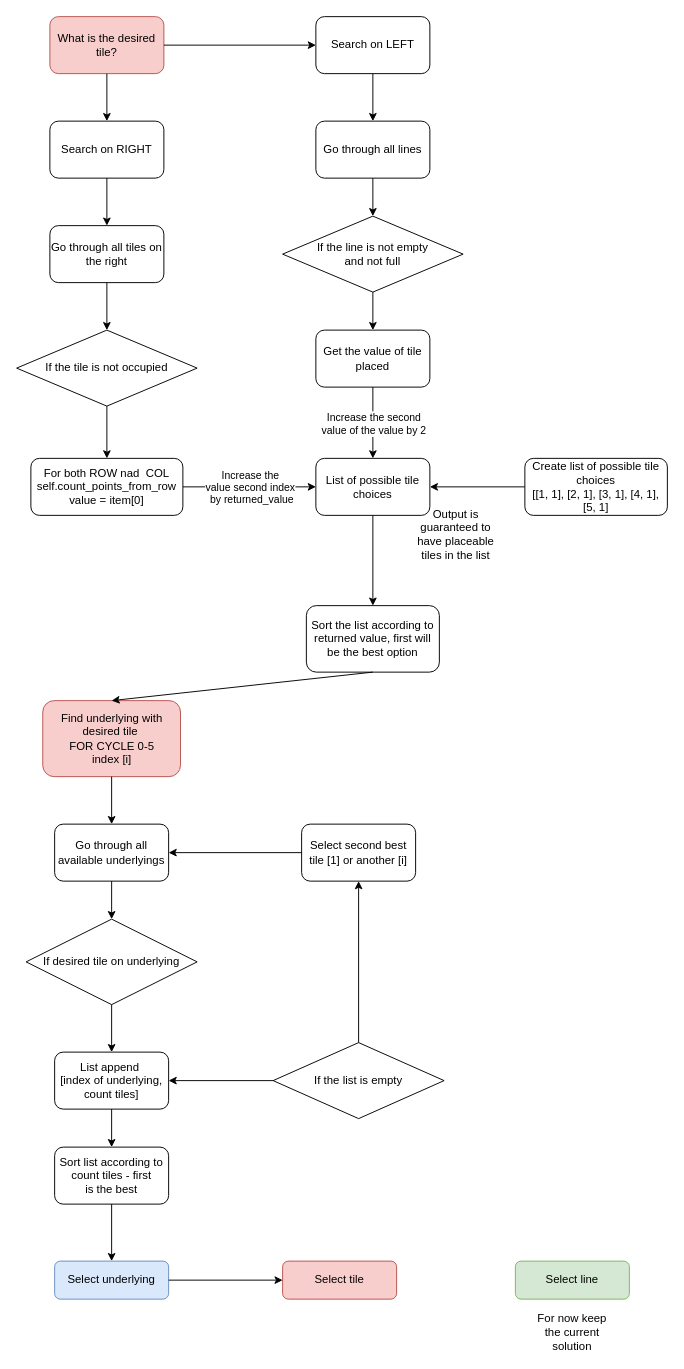
Above: Diagram bez názvu.drawio in hejdyson/azul (draw.io), before the change. Source tidied: cells renumbered, new cells numbered last; positions are measured from the earlier drawing's top-left corner, leaving out a move shared by most shapes. Both pictures are drawn from the tidied source at 95%, with x=0, y=0 at pixel (16, 16).
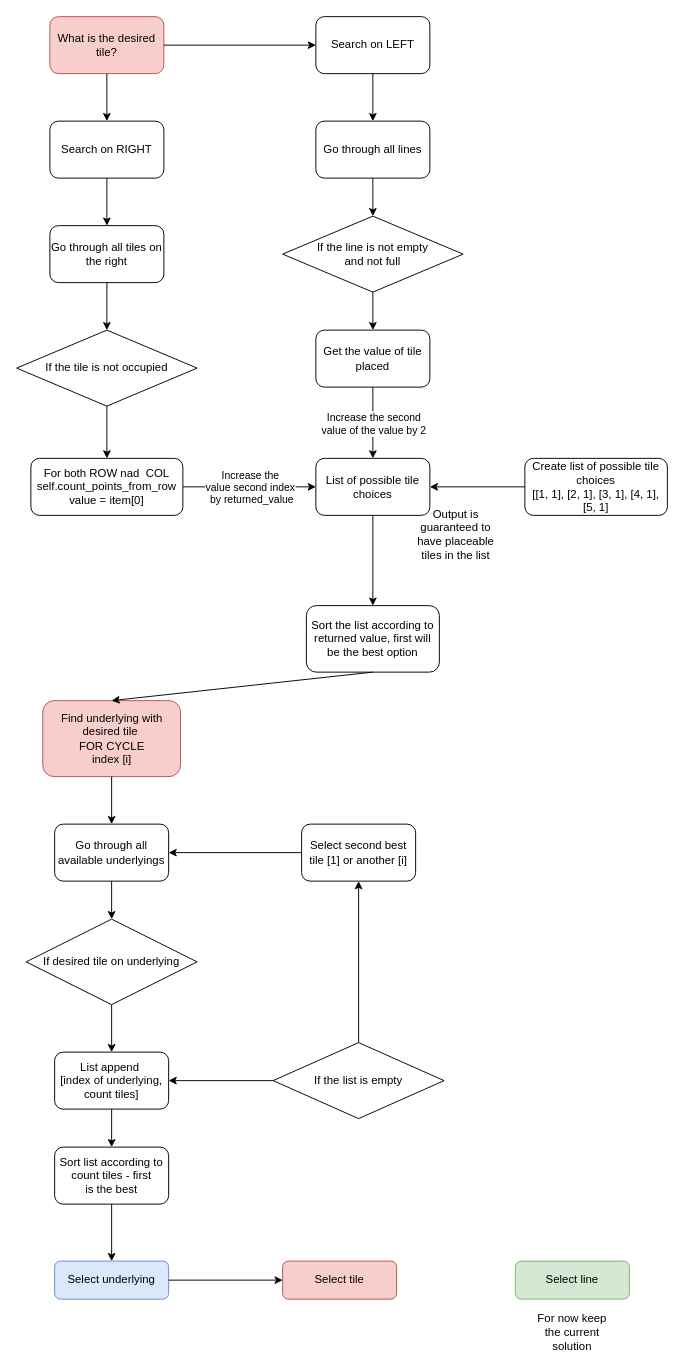
The same diagram, later.

The edit, as a diff of the source:
```diff
@@
-    <mxCell id="5" value="Find underlying with desired tile&amp;nbsp;&lt;br&gt;FOR CYCLE 0-5&lt;br&gt;index [i]" style="rounded=1;whiteSpace=wrap;html=1;fillColor=#f8cecc;strokeColor=#b85450;" parent="1" vertex="1">
+    <mxCell id="5" value="Find underlying with desired tile&amp;nbsp;&lt;br&gt;FOR CYCLE&lt;br&gt;index [i]" style="rounded=1;whiteSpace=wrap;html=1;fillColor=#f8cecc;strokeColor=#b85450;" parent="1" vertex="1">
       <mxGeometry x="27.5" y="720" width="145" height="80" as="geometry" />
     </mxCell>
```
